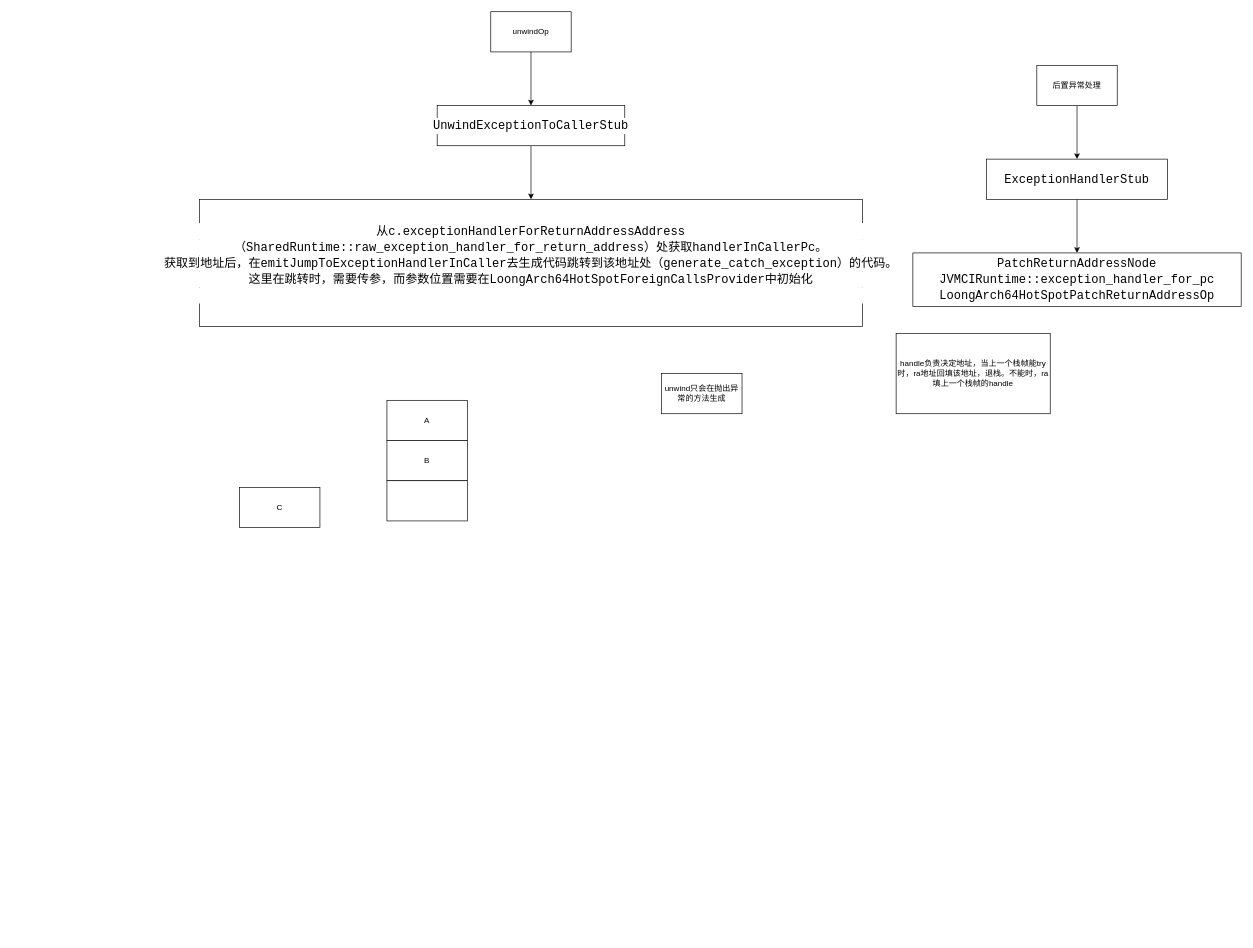
The draw.io diagram exception.drawio in f123888/Draw.IO, before the edit. Source tidied: cells renumbered, new cells numbered last; positions are measured from the earlier drawing's top-left corner, leaving out a move shared by most shapes. Both pictures are drawn from the tidied source at 67%, with x=0, y=0 at pixel (199, 11).
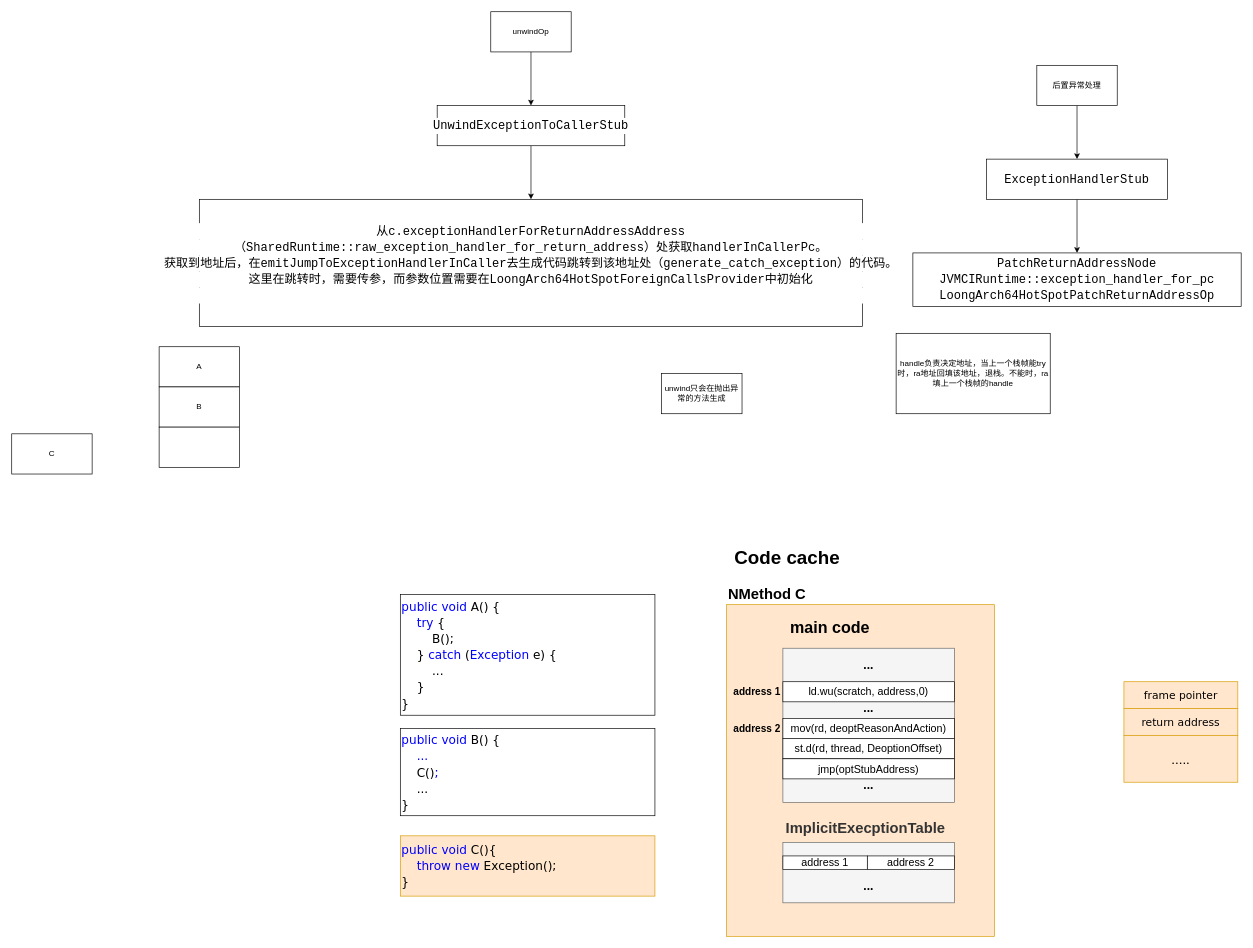
The same page after the edit.

Diff of the diagram source:
```diff
@@
     <mxCell id="14" value="C" style="rounded=0;whiteSpace=wrap;html=1;" parent="1" vertex="1">
-      <mxGeometry x="60" y="710" width="120" height="60" as="geometry" />
+      <mxGeometry x="-280" y="630" width="120" height="60" as="geometry" />
     </mxCell>
     <mxCell id="15" value="A" style="rounded=0;whiteSpace=wrap;html=1;" parent="1" vertex="1">
-      <mxGeometry x="280" y="580" width="120" height="60" as="geometry" />
+      <mxGeometry x="-60" y="500" width="120" height="60" as="geometry" />
     </mxCell>
     <mxCell id="16" value="B" style="rounded=0;whiteSpace=wrap;html=1;" parent="1" vertex="1">
-      <mxGeometry x="280" y="640" width="120" height="60" as="geometry" />
+      <mxGeometry x="-60" y="560" width="120" height="60" as="geometry" />
     </mxCell>
     <mxCell id="17" style="rounded=0;whiteSpace=wrap;html=1;" parent="1" vertex="1">
-      <mxGeometry x="280" y="700" width="120" height="60" as="geometry" />
+      <mxGeometry x="-60" y="620" width="120" height="60" as="geometry" />
     </mxCell>
+    <mxCell id="18" value="&lt;font face=&quot;Verdana&quot; style=&quot;font-size: 16px;&quot;&gt;return address&lt;/font&gt;" style="rounded=0;whiteSpace=wrap;html=1;fillColor=#ffe6cc;strokeColor=#d79b00;" parent="1" vertex="1">
+      <mxGeometry x="1380" y="1040" width="170" height="40" as="geometry" />
+    </mxCell>
+    <mxCell id="19" value="&lt;font face=&quot;Verdana&quot; style=&quot;font-size: 16px;&quot;&gt;frame pointer&lt;/font&gt;" style="rounded=0;whiteSpace=wrap;html=1;fillColor=#ffe6cc;strokeColor=#d79b00;" parent="1" vertex="1">
+      <mxGeometry x="1380" y="1000" width="170" height="40" as="geometry" />
+    </mxCell>
+    <mxCell id="20" value="&lt;font style=&quot;font-size: 20px;&quot;&gt;.....&lt;/font&gt;" style="rounded=0;whiteSpace=wrap;html=1;fillColor=#ffe6cc;strokeColor=#d79b00;" parent="1" vertex="1">
+      <mxGeometry x="1380" y="1080" width="170" height="70" as="geometry" />
+    </mxCell>
+    <mxCell id="21" value="&lt;div style=&quot;font-size: 18px; line-height: 24px; white-space: pre;&quot;&gt;&lt;div style=&quot;&quot;&gt;&lt;font face=&quot;Verdana&quot;&gt;&lt;span style=&quot;color: rgb(0, 0, 255);&quot;&gt;public&lt;/span&gt; &lt;span style=&quot;color: rgb(0, 0, 255);&quot;&gt;void&lt;/span&gt; C(){&lt;/font&gt;&lt;/div&gt;&lt;div style=&quot;&quot;&gt;&lt;font face=&quot;Verdana&quot;&gt;&amp;nbsp; &amp;nbsp; &lt;span style=&quot;color: rgb(0, 0, 255);&quot;&gt;throw&lt;/span&gt; &lt;span style=&quot;color: rgb(0, 0, 255);&quot;&gt;new&lt;/span&gt; Exception();&lt;/font&gt;&lt;/div&gt;&lt;div style=&quot;&quot;&gt;&lt;font face=&quot;Verdana&quot;&gt;}&lt;/font&gt;&lt;/div&gt;&lt;/div&gt;" style="rounded=0;whiteSpace=wrap;html=1;align=left;fillColor=#ffe6cc;strokeColor=#d79b00;" parent="1" vertex="1">
+      <mxGeometry x="300" y="1230" width="380" height="90" as="geometry" />
+    </mxCell>
+    <mxCell id="22" value="&lt;div style=&quot;font-size: 18px; line-height: 24px; white-space: pre;&quot;&gt;&lt;div style=&quot;&quot;&gt;&lt;font face=&quot;Verdana&quot;&gt;&lt;span style=&quot;color: rgb(0, 0, 255);&quot;&gt;public&lt;/span&gt; &lt;span style=&quot;color: rgb(0, 0, 255);&quot;&gt;void&lt;/span&gt; B() {&lt;/font&gt;&lt;/div&gt;&lt;div style=&quot;&quot;&gt;&lt;font face=&quot;Verdana&quot;&gt;&amp;nbsp; &amp;nbsp; &lt;font color=&quot;#0000ff&quot;&gt;...&lt;/font&gt;&lt;/font&gt;&lt;/div&gt;&lt;div style=&quot;&quot;&gt;&lt;font face=&quot;Verdana&quot;&gt;&lt;font color=&quot;#0000ff&quot;&gt;    &lt;/font&gt;&lt;font style=&quot;color: rgb(0, 0, 0);&quot;&gt;C()&lt;/font&gt;&lt;font color=&quot;#0000ff&quot;&gt;;&lt;/font&gt;&lt;/font&gt;&lt;/div&gt;&lt;div style=&quot;&quot;&gt;&lt;font face=&quot;Verdana&quot;&gt;&lt;font color=&quot;#0000ff&quot;&gt;    &lt;/font&gt;&lt;font style=&quot;color: rgb(0, 0, 0);&quot;&gt;...&lt;/font&gt;&lt;/font&gt;&lt;/div&gt;&lt;div style=&quot;&quot;&gt;&lt;font face=&quot;Verdana&quot;&gt;}&lt;/font&gt;&lt;/div&gt;&lt;/div&gt;" style="rounded=0;whiteSpace=wrap;html=1;align=left;" parent="1" vertex="1">
+      <mxGeometry x="300" y="1070" width="380" height="130" as="geometry" />
+    </mxCell>
+    <mxCell id="23" value="&lt;div style=&quot;font-size: 18px; line-height: 24px; white-space: pre;&quot;&gt;&lt;div style=&quot;&quot;&gt;&lt;font face=&quot;Verdana&quot;&gt;&lt;span style=&quot;color: rgb(0, 0, 255);&quot;&gt;public&lt;/span&gt; &lt;span style=&quot;color: rgb(0, 0, 255);&quot;&gt;void&lt;/span&gt; A() {&lt;/font&gt;&lt;/div&gt;&lt;div style=&quot;&quot;&gt;&lt;font face=&quot;Verdana&quot;&gt;&amp;nbsp; &amp;nbsp; &lt;span style=&quot;background-color: rgb(255, 255, 255); color: rgb(0, 0, 255);&quot;&gt;try&lt;/span&gt;&lt;span style=&quot;background-color: rgb(255, 255, 255); color: light-dark(rgb(0, 0, 0), rgb(255, 255, 255));&quot;&gt; {&lt;/span&gt;&lt;/font&gt;&lt;/div&gt;&lt;div style=&quot;line-height: 24px;&quot;&gt;&lt;div style=&quot;background-color: light-dark(rgb(255, 255, 255), rgb(18, 18, 18));&quot;&gt;&lt;font face=&quot;Verdana&quot;&gt;&amp;nbsp; &amp;nbsp;     B();&lt;/font&gt;&lt;/div&gt;&lt;div style=&quot;background-color: light-dark(rgb(255, 255, 255), rgb(18, 18, 18));&quot;&gt;&lt;font face=&quot;Verdana&quot;&gt;    } &lt;span style=&quot;color: rgb(0, 0, 255);&quot;&gt;catch&lt;/span&gt; (&lt;span style=&quot;color: rgb(0, 0, 255);&quot;&gt;Exception&lt;/span&gt; e) {&lt;/font&gt;&lt;/div&gt;&lt;div style=&quot;&quot;&gt;&lt;font face=&quot;Verdana&quot;&gt;&amp;nbsp; &amp;nbsp;     &lt;font style=&quot;color: rgb(0, 0, 0);&quot;&gt;...&lt;/font&gt;&lt;/font&gt;&lt;/div&gt;&lt;/div&gt;&lt;div style=&quot;&quot;&gt;&lt;font face=&quot;Verdana&quot;&gt;&lt;span style=&quot;background-color: rgb(255, 255, 255); color: light-dark(rgb(0, 0, 0), rgb(255, 255, 255));&quot;&gt;    }&lt;/span&gt;&lt;/font&gt;&lt;/div&gt;&lt;div style=&quot;&quot;&gt;&lt;font face=&quot;Verdana&quot;&gt;}&lt;/font&gt;&lt;/div&gt;&lt;/div&gt;" style="rounded=0;whiteSpace=wrap;html=1;align=left;" parent="1" vertex="1">
+      <mxGeometry x="300" y="870" width="380" height="180" as="geometry" />
+    </mxCell>
+    <mxCell id="24" style="rounded=0;whiteSpace=wrap;html=1;fillColor=#ffe6cc;strokeColor=#d79b00;" parent="1" vertex="1">
+      <mxGeometry x="787" y="885" width="400" height="495" as="geometry" />
+    </mxCell>
+    <mxCell id="25" style="rounded=0;whiteSpace=wrap;html=1;fillColor=#f5f5f5;fontColor=#333333;strokeColor=#666666;" parent="1" vertex="1">
+      <mxGeometry x="871" y="950" width="256" height="230" as="geometry" />
+    </mxCell>
+    <mxCell id="26" value="&lt;font style=&quot;font-size: 16px;&quot;&gt;ld.wu(scratch, address,0)&lt;/font&gt;" style="rounded=0;whiteSpace=wrap;html=1;" parent="1" vertex="1">
+      <mxGeometry x="871" y="1000" width="256" height="30" as="geometry" />
+    </mxCell>
+    <mxCell id="27" value="&lt;b&gt;&lt;font style=&quot;font-size: 22px;&quot;&gt;NMethod C&lt;/font&gt;&lt;/b&gt;" style="text;html=1;align=center;verticalAlign=middle;strokeColor=none;fillColor=none;" parent="1" vertex="1">
+      <mxGeometry x="777" y="850" width="140" height="40" as="geometry" />
+    </mxCell>
+    <mxCell id="28" value="&lt;b&gt;&lt;font style=&quot;font-size: 24px;&quot;&gt;main code&lt;/font&gt;&lt;/b&gt;" style="text;html=1;align=center;verticalAlign=middle;strokeColor=none;fillColor=none;" parent="1" vertex="1">
+      <mxGeometry x="871" y="900" width="140" height="40" as="geometry" />
+    </mxCell>
+    <mxCell id="29" value="&lt;font style=&quot;font-size: 16px;&quot;&gt;st.d(rd, thread, DeoptionOffset)&lt;/font&gt;" style="rounded=0;whiteSpace=wrap;html=1;" parent="1" vertex="1">
+      <mxGeometry x="871" y="1085" width="256" height="30" as="geometry" />
+    </mxCell>
+    <mxCell id="30" value="&lt;font style=&quot;font-size: 16px;&quot;&gt;mov(rd, deoptReasonAndAction)&lt;/font&gt;" style="rounded=0;whiteSpace=wrap;html=1;" parent="1" vertex="1">
+      <mxGeometry x="871" y="1055" width="256" height="30" as="geometry" />
+    </mxCell>
+    <mxCell id="31" value="&lt;font style=&quot;font-size: 16px;&quot;&gt;jmp(optStubAddress)&lt;/font&gt;" style="rounded=0;whiteSpace=wrap;html=1;" parent="1" vertex="1">
+      <mxGeometry x="871" y="1115" width="256" height="30" as="geometry" />
+    </mxCell>
+    <mxCell id="32" value="&lt;b&gt;&lt;font style=&quot;font-size: 18px;&quot;&gt;...&lt;/font&gt;&lt;/b&gt;" style="text;html=1;align=center;verticalAlign=middle;whiteSpace=wrap;rounded=0;" parent="1" vertex="1">
+      <mxGeometry x="969" y="960" width="60" height="30" as="geometry" />
+    </mxCell>
+    <mxCell id="33" value="&lt;b&gt;&lt;font style=&quot;font-size: 18px;&quot;&gt;...&lt;/font&gt;&lt;/b&gt;" style="text;html=1;align=center;verticalAlign=middle;whiteSpace=wrap;rounded=0;" parent="1" vertex="1">
+      <mxGeometry x="969" y="1025" width="60" height="30" as="geometry" />
+    </mxCell>
+    <mxCell id="34" value="&lt;b&gt;&lt;font style=&quot;font-size: 18px;&quot;&gt;...&lt;/font&gt;&lt;/b&gt;" style="text;html=1;align=center;verticalAlign=middle;whiteSpace=wrap;rounded=0;" parent="1" vertex="1">
+      <mxGeometry x="969" y="1140" width="60" height="30" as="geometry" />
+    </mxCell>
+    <mxCell id="35" value="&lt;b&gt;&lt;font style=&quot;font-size: 15px;&quot;&gt;address 1&lt;/font&gt;&lt;/b&gt;" style="text;html=1;align=center;verticalAlign=middle;strokeColor=none;fillColor=none;" parent="1" vertex="1">
+      <mxGeometry x="787" y="1000" width="90" height="30" as="geometry" />
+    </mxCell>
+    <mxCell id="36" value="&lt;b&gt;&lt;font style=&quot;font-size: 15px;&quot;&gt;address 2&lt;/font&gt;&lt;/b&gt;" style="text;html=1;align=center;verticalAlign=middle;strokeColor=none;fillColor=none;" parent="1" vertex="1">
+      <mxGeometry x="787" y="1055" width="90" height="30" as="geometry" />
+    </mxCell>
+    <mxCell id="37" style="rounded=0;whiteSpace=wrap;html=1;fillColor=#f5f5f5;fontColor=#333333;strokeColor=#666666;" parent="1" vertex="1">
+      <mxGeometry x="871" y="1240" width="256" height="90" as="geometry" />
+    </mxCell>
+    <mxCell id="38" value="&lt;font style=&quot;font-size: 16px;&quot;&gt;address 1&lt;/font&gt;" style="rounded=0;whiteSpace=wrap;html=1;" parent="1" vertex="1">
+      <mxGeometry x="871" y="1260" width="126" height="20" as="geometry" />
+    </mxCell>
+    <mxCell id="39" value="&lt;span style=&quot;color: rgb(51, 51, 51); font-weight: 700;&quot;&gt;&lt;font style=&quot;font-size: 22px;&quot;&gt;ImplicitExecptionTable&lt;/font&gt;&lt;/span&gt;" style="text;html=1;align=center;verticalAlign=middle;strokeColor=none;fillColor=none;" parent="1" vertex="1">
+      <mxGeometry x="864" y="1200" width="260" height="40" as="geometry" />
+    </mxCell>
+    <mxCell id="40" value="&lt;b&gt;&lt;font style=&quot;font-size: 18px;&quot;&gt;...&lt;/font&gt;&lt;/b&gt;" style="text;html=1;align=center;verticalAlign=middle;whiteSpace=wrap;rounded=0;" parent="1" vertex="1">
+      <mxGeometry x="969" y="1290" width="60" height="30" as="geometry" />
+    </mxCell>
+    <mxCell id="41" value="&lt;font style=&quot;font-size: 16px;&quot;&gt;address 2&lt;/font&gt;" style="rounded=0;whiteSpace=wrap;html=1;" parent="1" vertex="1">
+      <mxGeometry x="997" y="1260" width="130" height="20" as="geometry" />
+    </mxCell>
+    <mxCell id="42" value="&lt;font style=&quot;font-size: 28px;&quot;&gt;&lt;b style=&quot;&quot;&gt;Code cache&lt;/b&gt;&lt;/font&gt;" style="text;html=1;align=center;verticalAlign=middle;strokeColor=none;fillColor=none;" parent="1" vertex="1">
+      <mxGeometry x="787" y="790" width="180" height="50" as="geometry" />
+    </mxCell>
```
